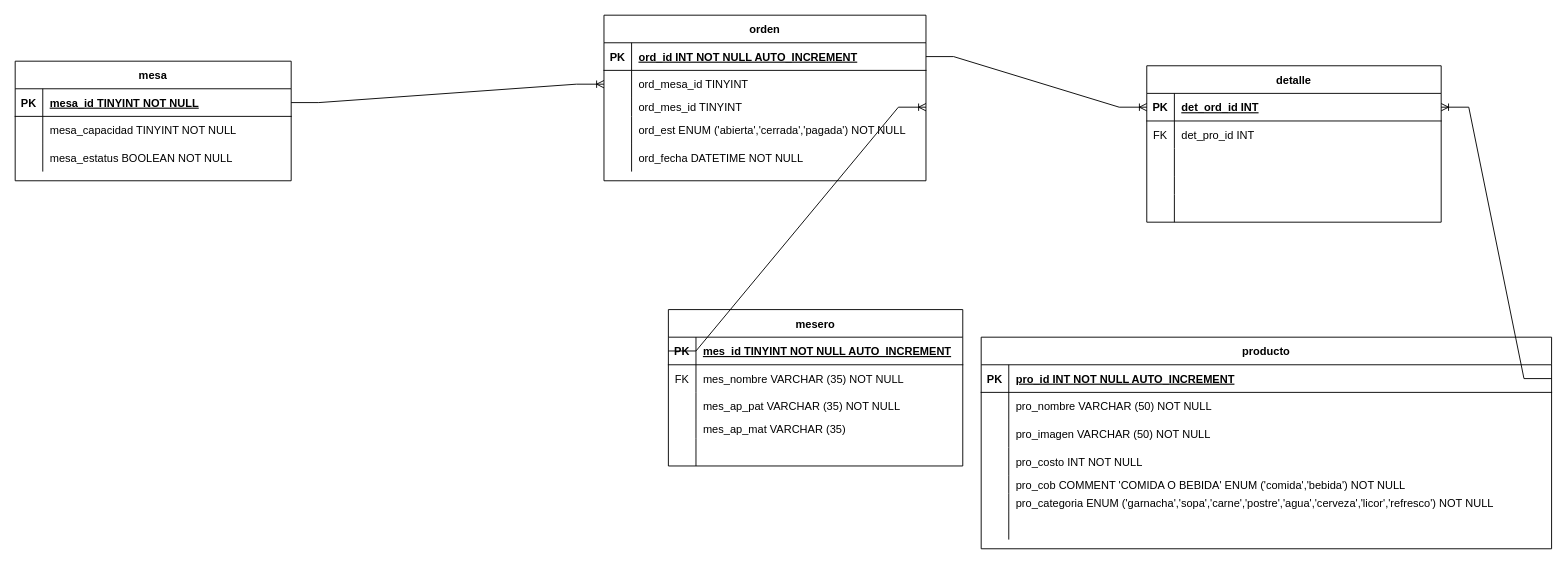
Before: RESTAURANTE DIAGRAMA LML.drawio in JuanGdev/restaurante, a draw.io diagram. Source tidied: cells renumbered, new cells numbered last; positions are measured from the earlier drawing's top-left corner, leaving out a move shared by most shapes. Both pictures are drawn from the tidied source at 92%, with x=0, y=0 at pixel (15, 15).
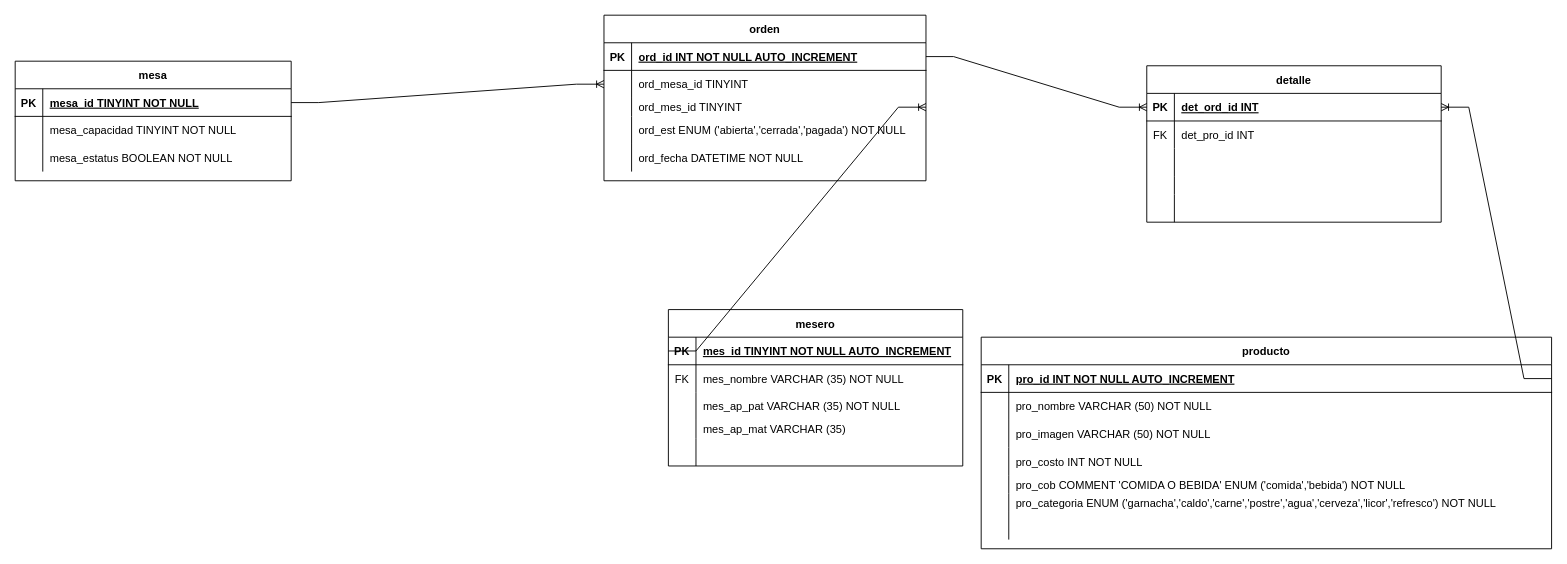
The same diagram, later.

Commit message:
Reemplazo de sopa por caldos

The change refers to these unchanged cells:
```xml
<mxCell id="34" style="shape=partialRectangle;fillColor=none;top=0;left=0;right=0;bottom=0;" parent="18" vertex="1">
  <mxGeometry y="170" width="620" height="20" as="geometry" />
</mxCell>
```

What changed in the source:
```diff
@@
-    <mxCell id="36" value="pro_categoria ENUM ('garnacha','sopa','carne','postre','agua','cerveza','licor','refresco') NOT NULL" style="shape=partialRectangle;overflow=hidden;fillColor=none;top=0;left=0;bottom=0;right=0;align=left;spacingLeft=6;" parent="34" vertex="1">
+    <mxCell id="36" value="pro_categoria ENUM ('garnacha','caldo','carne','postre','agua','cerveza','licor','refresco') NOT NULL" style="shape=partialRectangle;overflow=hidden;fillColor=none;top=0;left=0;bottom=0;right=0;align=left;spacingLeft=6;" parent="34" vertex="1">
       <mxGeometry x="30" width="590" height="20" as="geometry" />
     </mxCell>
```
